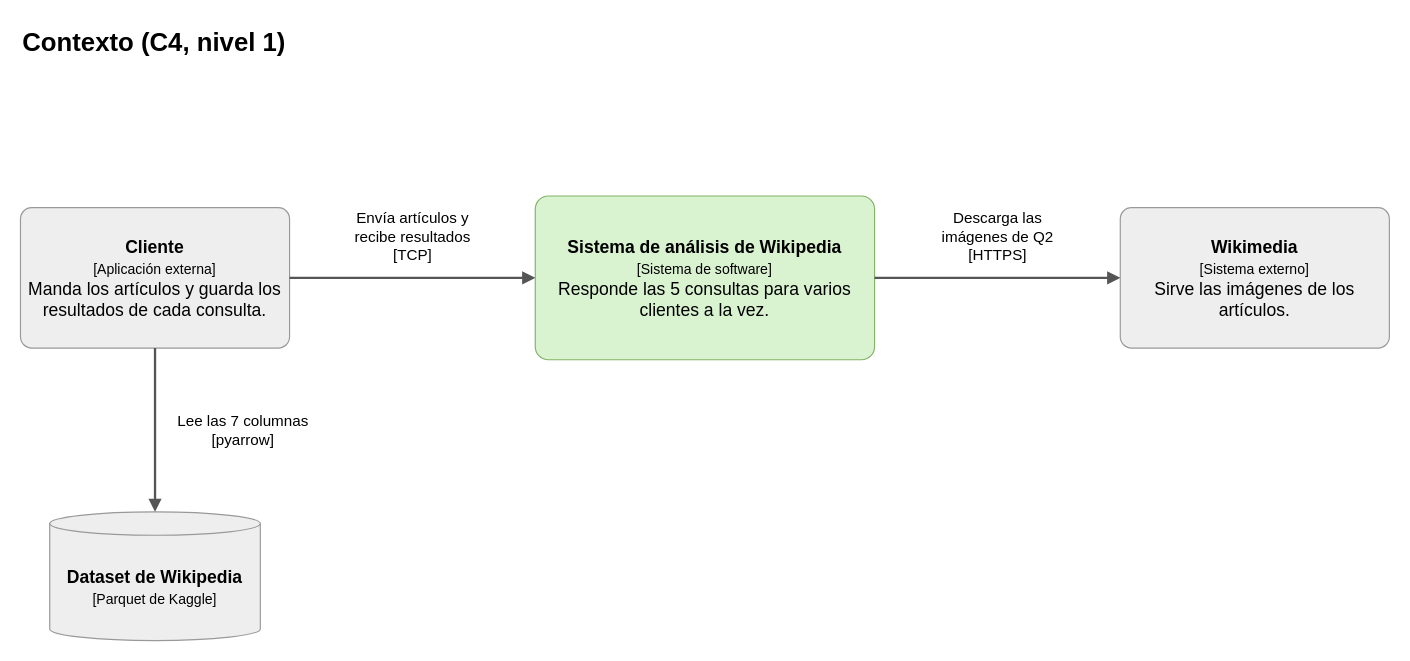
Before: page "C4 - Contexto" (1 of 5) of docs/c4.drawio in Cristobal710/tp-final-distribuidos, a draw.io diagram. Source tidied: cells renumbered, new cells numbered last; positions are measured from the earlier drawing's top-left corner, leaving out a move shared by most shapes. Both pictures are drawn from the tidied source at 117%, with x=0, y=0 at pixel (20, 20).
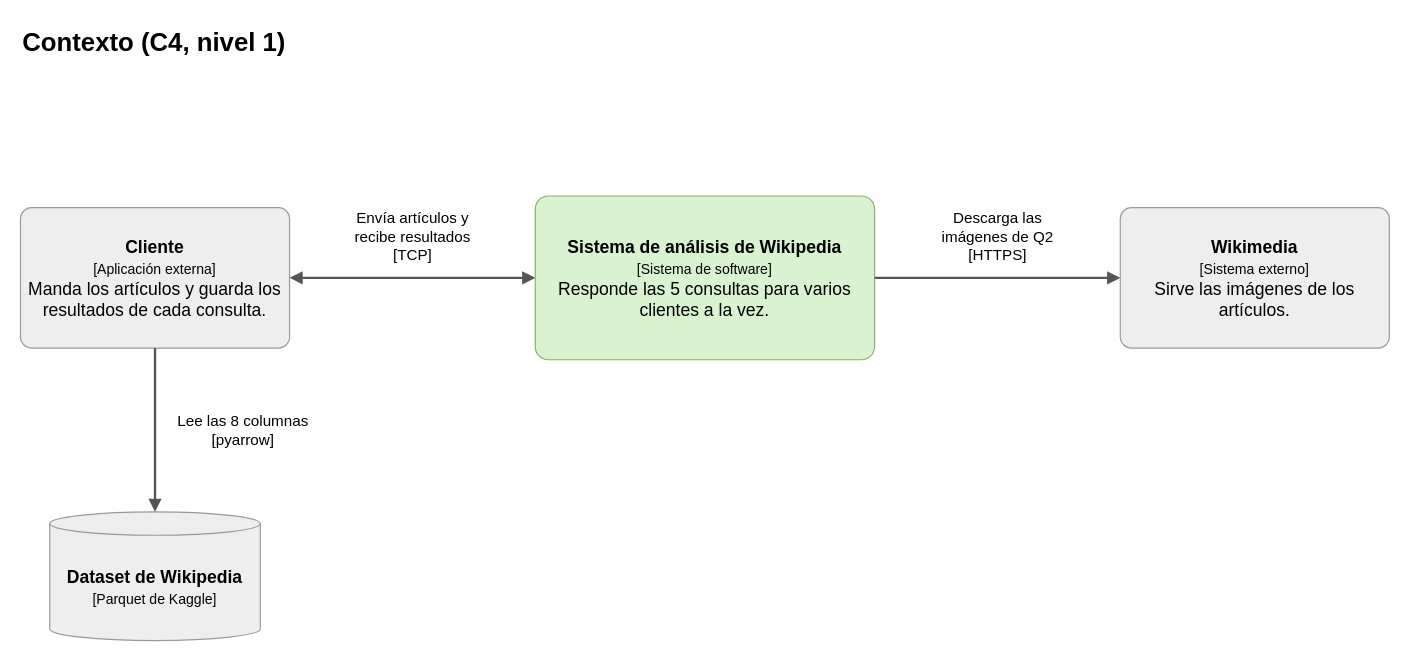
Above is the later version.

Change to the diagram source:
```diff
@@
 <mxGraphModel>
   <root>
     <mxCell id="0" />
     <mxCell id="1" parent="0" />
     <mxCell id="2" value="&lt;b&gt;Contexto (C4, nivel 1)&lt;/b&gt;" style="text;html=1;align=left;verticalAlign=middle;fontFamily=Calibri;fontSize=22;" parent="1" vertex="1">
       <mxGeometry width="800" height="40" as="geometry" />
     </mxCell>
     <mxCell id="3" value="&lt;b&gt;Cliente&lt;/b&gt;&lt;br&gt;&lt;font style=&quot;font-size:12px&quot;&gt;[Aplicación externa]&lt;/font&gt;&lt;br&gt;Manda los artículos y guarda los resultados de cada consulta." style="rounded=1;whiteSpace=wrap;html=1;arcSize=8;verticalAlign=middle;fontFamily=Calibri;fontSize=15;fillColor=#eeeeee;strokeColor=#999999;" parent="1" vertex="1">
       <mxGeometry y="160" width="230" height="120" as="geometry" />
     </mxCell>
     <mxCell id="4" value="&lt;b&gt;Sistema de análisis de Wikipedia&lt;/b&gt;&lt;br&gt;&lt;font style=&quot;font-size:12px&quot;&gt;[Sistema de software]&lt;/font&gt;&lt;br&gt;Responde las 5 consultas para varios clientes a la vez." style="rounded=1;whiteSpace=wrap;html=1;arcSize=8;verticalAlign=middle;fontFamily=Calibri;fontSize=15;fillColor=#d9f2d0;strokeColor=#82b366;" parent="1" vertex="1">
       <mxGeometry x="440" y="150" width="290" height="140" as="geometry" />
     </mxCell>
     <mxCell id="5" value="&lt;b&gt;Dataset de Wikipedia&lt;/b&gt;&lt;br&gt;&lt;font style=&quot;font-size:12px&quot;&gt;[Parquet de Kaggle]&lt;/font&gt;" style="shape=cylinder3;whiteSpace=wrap;html=1;boundedLbl=1;size=10;fontFamily=Calibri;fontSize=15;fillColor=#eeeeee;strokeColor=#999999;" parent="1" vertex="1">
       <mxGeometry x="25" y="420" width="180" height="110" as="geometry" />
     </mxCell>
     <mxCell id="6" value="&lt;b&gt;Wikimedia&lt;/b&gt;&lt;br&gt;&lt;font style=&quot;font-size:12px&quot;&gt;[Sistema externo]&lt;/font&gt;&lt;br&gt;Sirve las imágenes de los artículos." style="rounded=1;whiteSpace=wrap;html=1;arcSize=8;verticalAlign=middle;fontFamily=Calibri;fontSize=15;fillColor=#eeeeee;strokeColor=#999999;" parent="1" vertex="1">
       <mxGeometry x="940" y="160" width="230" height="120" as="geometry" />
     </mxCell>
-    <mxCell id="7" value="Envía artículos y&lt;br&gt;recibe resultados&lt;br&gt;[TCP]" style="endArrow=block;endFill=1;html=1;rounded=0;strokeColor=#555555;strokeWidth=2;labelBackgroundColor=#ffffff;fontFamily=Calibri;fontSize=13;exitX=1;exitY=0.5;exitDx=0;exitDy=0;entryX=0;entryY=0.5;entryDx=0;entryDy=0;" parent="1" edge="1" source="3" target="4">
+    <mxCell id="7" value="Envía artículos y&lt;br&gt;recibe resultados&lt;br&gt;[TCP]" style="startArrow=block;startFill=1;endArrow=block;endFill=1;html=1;rounded=0;strokeColor=#555555;strokeWidth=2;labelBackgroundColor=#ffffff;fontFamily=Calibri;fontSize=13;exitX=1;exitY=0.5;exitDx=0;exitDy=0;entryX=0;entryY=0.5;entryDx=0;entryDy=0;" parent="1" edge="1" source="3" target="4">
       <mxGeometry relative="1" as="geometry">
         <mxPoint y="-35" as="offset" />
       </mxGeometry>
     </mxCell>
-    <mxCell id="8" value="Lee las 7 columnas&lt;br&gt;[pyarrow]" style="endArrow=block;endFill=1;html=1;rounded=0;strokeColor=#555555;strokeWidth=2;labelBackgroundColor=#ffffff;fontFamily=Calibri;fontSize=13;exitX=0.5;exitY=1;exitDx=0;exitDy=0;entryX=0.5;entryY=0;entryDx=0;entryDy=0;" parent="1" edge="1" source="3" target="5">
+    <mxCell id="8" value="Lee las 8 columnas&lt;br&gt;[pyarrow]" style="endArrow=block;endFill=1;html=1;rounded=0;strokeColor=#555555;strokeWidth=2;labelBackgroundColor=#ffffff;fontFamily=Calibri;fontSize=13;exitX=0.5;exitY=1;exitDx=0;exitDy=0;entryX=0.5;entryY=0;entryDx=0;entryDy=0;" parent="1" edge="1" source="3" target="5">
       <mxGeometry relative="1" as="geometry">
         <mxPoint x="75" as="offset" />
       </mxGeometry>
     </mxCell>
     <mxCell id="9" value="Descarga las&lt;br&gt;imágenes de Q2&lt;br&gt;[HTTPS]" style="endArrow=block;endFill=1;html=1;rounded=0;strokeColor=#555555;strokeWidth=2;labelBackgroundColor=#ffffff;fontFamily=Calibri;fontSize=13;exitX=1;exitY=0.5;exitDx=0;exitDy=0;entryX=0;entryY=0.5;entryDx=0;entryDy=0;" parent="1" edge="1" source="4" target="6">
       <mxGeometry relative="1" as="geometry">
         <mxPoint y="-35" as="offset" />
       </mxGeometry>
     </mxCell>
   </root>
 </mxGraphModel>
```
